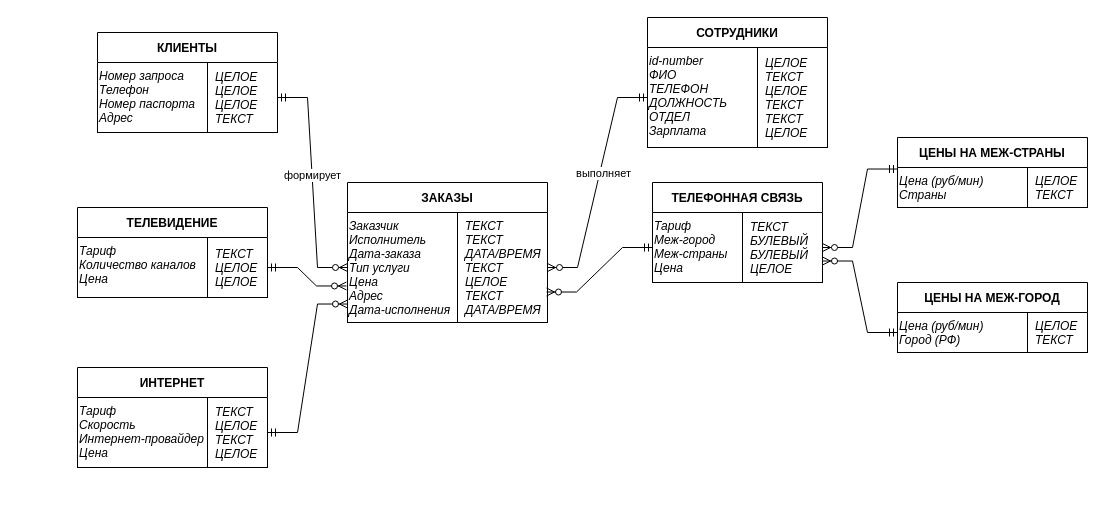
Before: ER-диаграмма.drawio in HappyARL/DB_2023_project, a draw.io diagram. Source tidied: cells renumbered, new cells numbered last; positions are measured from the earlier drawing's top-left corner, leaving out a move shared by most shapes. Both pictures are drawn from the tidied source at 100%, with x=0, y=0 at pixel (77, 17).
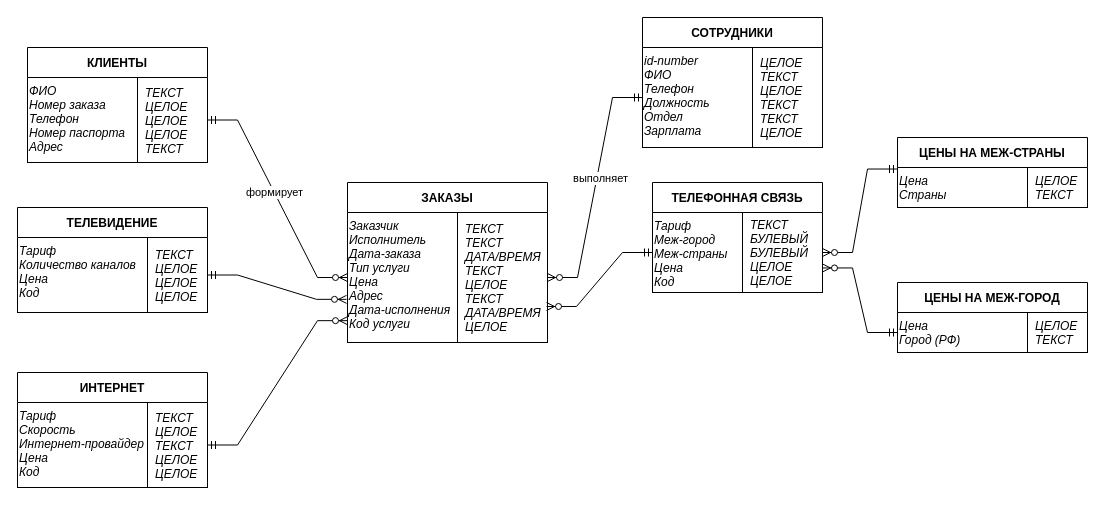
The same diagram, later.

The change refers to these unchanged cells:
```xml
<mxCell id="11" style="shape=partialRectangle;fillColor=none;points=[[0,0.5],[1,0.5]];portConstraint=eastwest;top=0;left=0;right=0;bottom=1;" parent="10" vertex="1">
  <mxGeometry y="30" width="180" height="100" as="geometry" />
</mxCell>
<mxCell id="27" style="shape=partialRectangle;fillColor=none;points=[[0,0.5],[1,0.5]];portConstraint=eastwest;top=0;left=0;right=0;bottom=1;" parent="26" vertex="1">
  <mxGeometry y="30" width="190" height="40" as="geometry" />
</mxCell>
<mxCell id="31" style="shape=partialRectangle;fillColor=none;points=[[0,0.5],[1,0.5]];portConstraint=eastwest;top=0;left=0;right=0;bottom=1;" parent="30" vertex="1">
  <mxGeometry y="30" width="190" height="40" as="geometry" />
</mxCell>
```

What changed in the source:
```diff
@@
     <mxCell id="2" value="КЛИЕНТЫ" style="shape=table;startSize=30;childLayout=tableLayout;rowLines=0;fontStyle=1;align=center;swimlaneLine=1;rounded=0;shadow=0;" parent="1" vertex="1">
-      <mxGeometry x="20" y="15" width="180" height="100" as="geometry" />
+      <mxGeometry x="-50" y="30" width="180" height="115" as="geometry" />
     </mxCell>
     <mxCell id="3" style="shape=partialRectangle;fillColor=none;points=[[0,0.5],[1,0.5]];portConstraint=eastwest;top=0;left=0;right=0;bottom=1;" parent="2" vertex="1">
-      <mxGeometry y="30" width="180" height="70" as="geometry" />
+      <mxGeometry y="30" width="180" height="85" as="geometry" />
     </mxCell>
-    <mxCell id="4" value="Номер запроса&#10;Телефон&#10;Номер паспорта&#10;Адрес&#10;&#10;" style="shape=partialRectangle;overflow=hidden;fillColor=none;top=0;left=0;bottom=0;right=0;fontStyle=2;align=left;verticalAlign=top;" parent="3" vertex="1">
-      <mxGeometry width="110" height="70" as="geometry" />
+    <mxCell id="4" value="ФИО&#10;Номер заказа&#10;Телефон&#10;Номер паспорта&#10;Адрес&#10;&#10;" style="shape=partialRectangle;overflow=hidden;fillColor=none;top=0;left=0;bottom=0;right=0;fontStyle=2;align=left;verticalAlign=top;" parent="3" vertex="1">
+      <mxGeometry width="110" height="85" as="geometry" />
     </mxCell>
-    <mxCell id="5" value="ЦЕЛОЕ&#10;ЦЕЛОЕ&#10;ЦЕЛОЕ&#10;ТЕКСТ" style="shape=partialRectangle;overflow=hidden;fillColor=none;top=0;left=0;bottom=0;right=0;align=left;spacingLeft=6;fontStyle=2;" parent="3" vertex="1">
-      <mxGeometry x="110" width="70" height="70" as="geometry" />
+    <mxCell id="5" value="ТЕКСТ&#10;ЦЕЛОЕ&#10;ЦЕЛОЕ&#10;ЦЕЛОЕ&#10;ТЕКСТ" style="shape=partialRectangle;overflow=hidden;fillColor=none;top=0;left=0;bottom=0;right=0;align=left;spacingLeft=6;fontStyle=2;" parent="3" vertex="1">
+      <mxGeometry x="110" width="70" height="85" as="geometry" />
     </mxCell>
     <mxCell id="6" value="ИНТЕРНЕТ" style="shape=table;startSize=30;childLayout=tableLayout;rowLines=0;fontStyle=1;align=center;swimlaneLine=1;rounded=0;shadow=0;" parent="1" vertex="1">
-      <mxGeometry y="350" width="190" height="100" as="geometry" />
+      <mxGeometry x="-60" y="355" width="190" height="115" as="geometry" />
     </mxCell>
     <mxCell id="7" style="shape=partialRectangle;fillColor=none;points=[[0,0.5],[1,0.5]];portConstraint=eastwest;top=0;left=0;right=0;bottom=1;" parent="6" vertex="1">
-      <mxGeometry y="30" width="190" height="70" as="geometry" />
+      <mxGeometry y="30" width="190" height="85" as="geometry" />
     </mxCell>
-    <mxCell id="8" value="Тариф&#10;Скорость&#10;Интернет-провайдер&#10;Цена" style="shape=partialRectangle;overflow=hidden;fillColor=none;top=0;left=0;bottom=0;right=0;fontStyle=2;align=left;verticalAlign=top;" parent="7" vertex="1">
-      <mxGeometry width="130" height="70" as="geometry" />
+    <mxCell id="8" value="Тариф&#10;Скорость&#10;Интернет-провайдер&#10;Цена&#10;Код" style="shape=partialRectangle;overflow=hidden;fillColor=none;top=0;left=0;bottom=0;right=0;fontStyle=2;align=left;verticalAlign=top;" parent="7" vertex="1">
+      <mxGeometry width="130" height="85" as="geometry" />
     </mxCell>
-    <mxCell id="9" value="ТЕКСТ&#10;ЦЕЛОЕ&#10;ТЕКСТ&#10;ЦЕЛОЕ" style="shape=partialRectangle;overflow=hidden;fillColor=none;top=0;left=0;bottom=0;right=0;align=left;spacingLeft=6;fontStyle=2;" parent="7" vertex="1">
-      <mxGeometry x="130" width="60" height="70" as="geometry" />
+    <mxCell id="9" value="ТЕКСТ&#10;ЦЕЛОЕ&#10;ТЕКСТ&#10;ЦЕЛОЕ&#10;ЦЕЛОЕ" style="shape=partialRectangle;overflow=hidden;fillColor=none;top=0;left=0;bottom=0;right=0;align=left;spacingLeft=6;fontStyle=2;" parent="7" vertex="1">
+      <mxGeometry x="130" width="60" height="85" as="geometry" />
     </mxCell>
     <mxCell id="10" value="СОТРУДНИКИ" style="shape=table;startSize=30;childLayout=tableLayout;rowLines=0;fontStyle=1;align=center;swimlaneLine=1;rounded=0;shadow=0;" parent="1" vertex="1">
-      <mxGeometry x="570" width="180" height="130" as="geometry" />
+      <mxGeometry x="565" width="180" height="130" as="geometry" />
     </mxCell>
@@
-    <mxCell id="12" value="id-number&#10;ФИО&#10;ТЕЛЕФОН&#10;ДОЛЖНОСТЬ&#10;ОТДЕЛ&#10;Зарплата" style="shape=partialRectangle;overflow=hidden;fillColor=none;top=0;left=0;bottom=0;right=0;fontStyle=2;align=left;verticalAlign=top;" parent="11" vertex="1">
+    <mxCell id="12" value="id-number&#10;ФИО&#10;Телефон&#10;Должность&#10;Отдел&#10;Зарплата" style="shape=partialRectangle;overflow=hidden;fillColor=none;top=0;left=0;bottom=0;right=0;fontStyle=2;align=left;verticalAlign=top;" parent="11" vertex="1">
       <mxGeometry width="110" height="100" as="geometry" />
     </mxCell>
@@
     <mxCell id="14" value="ЗАКАЗЫ" style="shape=table;startSize=30;childLayout=tableLayout;rowLines=0;fontStyle=1;align=center;swimlaneLine=1;rounded=0;shadow=0;" parent="1" vertex="1">
-      <mxGeometry x="270" y="165" width="200" height="140" as="geometry" />
+      <mxGeometry x="270" y="165" width="200" height="160" as="geometry" />
     </mxCell>
     <mxCell id="15" style="shape=partialRectangle;fillColor=none;points=[[0,0.5],[1,0.5]];portConstraint=eastwest;top=0;left=0;right=0;bottom=1;" parent="14" vertex="1">
-      <mxGeometry y="30" width="200" height="110" as="geometry" />
+      <mxGeometry y="30" width="200" height="130" as="geometry" />
     </mxCell>
-    <mxCell id="16" value="Заказчик&#10;Исполнитель&#10;Дата-заказа&#10;Тип услуги&#10;Цена&#10;Адрес&#10;Дата-исполнения" style="shape=partialRectangle;overflow=hidden;fillColor=none;top=0;left=0;bottom=0;right=0;fontStyle=2;align=left;verticalAlign=top;" parent="15" vertex="1">
-      <mxGeometry width="110" height="110" as="geometry" />
+    <mxCell id="16" value="Заказчик&#10;Исполнитель&#10;Дата-заказа&#10;Тип услуги&#10;Цена&#10;Адрес&#10;Дата-исполнения&#10;Код услуги" style="shape=partialRectangle;overflow=hidden;fillColor=none;top=0;left=0;bottom=0;right=0;fontStyle=2;align=left;verticalAlign=top;" parent="15" vertex="1">
+      <mxGeometry width="110" height="130" as="geometry" />
     </mxCell>
-    <mxCell id="17" value="ТЕКСТ&#10;ТЕКСТ&#10;ДАТА/ВРЕМЯ&#10;ТЕКСТ&#10;ЦЕЛОЕ&#10;ТЕКСТ&#10;ДАТА/ВРЕМЯ" style="shape=partialRectangle;overflow=hidden;fillColor=none;top=0;left=0;bottom=0;right=0;align=left;spacingLeft=6;fontStyle=2;" parent="15" vertex="1">
-      <mxGeometry x="110" width="90" height="110" as="geometry" />
+    <mxCell id="17" value="ТЕКСТ&#10;ТЕКСТ&#10;ДАТА/ВРЕМЯ&#10;ТЕКСТ&#10;ЦЕЛОЕ&#10;ТЕКСТ&#10;ДАТА/ВРЕМЯ&#10;ЦЕЛОЕ" style="shape=partialRectangle;overflow=hidden;fillColor=none;top=0;left=0;bottom=0;right=0;align=left;spacingLeft=6;fontStyle=2;" parent="15" vertex="1">
+      <mxGeometry x="110" width="90" height="130" as="geometry" />
     </mxCell>
     <mxCell id="18" value="ТЕЛЕВИДЕНИЕ" style="shape=table;startSize=30;childLayout=tableLayout;rowLines=0;fontStyle=1;align=center;swimlaneLine=1;rounded=0;shadow=0;" parent="1" vertex="1">
-      <mxGeometry y="190" width="190" height="90" as="geometry" />
+      <mxGeometry x="-60" y="190" width="190" height="105" as="geometry" />
     </mxCell>
     <mxCell id="19" style="shape=partialRectangle;fillColor=none;points=[[0,0.5],[1,0.5]];portConstraint=eastwest;top=0;left=0;right=0;bottom=1;" parent="18" vertex="1">
-      <mxGeometry y="30" width="190" height="60" as="geometry" />
+      <mxGeometry y="30" width="190" height="75" as="geometry" />
     </mxCell>
-    <mxCell id="20" value="Тариф&#10;Количество каналов&#10;Цена" style="shape=partialRectangle;overflow=hidden;fillColor=none;top=0;left=0;bottom=0;right=0;fontStyle=2;align=left;verticalAlign=top;" parent="19" vertex="1">
-      <mxGeometry width="130" height="60" as="geometry" />
+    <mxCell id="20" value="Тариф&#10;Количество каналов&#10;Цена&#10;Код" style="shape=partialRectangle;overflow=hidden;fillColor=none;top=0;left=0;bottom=0;right=0;fontStyle=2;align=left;verticalAlign=top;" parent="19" vertex="1">
+      <mxGeometry width="130" height="75" as="geometry" />
     </mxCell>
-    <mxCell id="21" value="ТЕКСТ&#10;ЦЕЛОЕ&#10;ЦЕЛОЕ" style="shape=partialRectangle;overflow=hidden;fillColor=none;top=0;left=0;bottom=0;right=0;align=left;spacingLeft=6;fontStyle=2;" parent="19" vertex="1">
-      <mxGeometry x="130" width="60" height="60" as="geometry" />
+    <mxCell id="21" value="ТЕКСТ&#10;ЦЕЛОЕ&#10;ЦЕЛОЕ&#10;ЦЕЛОЕ" style="shape=partialRectangle;overflow=hidden;fillColor=none;top=0;left=0;bottom=0;right=0;align=left;spacingLeft=6;fontStyle=2;" parent="19" vertex="1">
+      <mxGeometry x="130" width="60" height="75" as="geometry" />
     </mxCell>
     <mxCell id="22" value="ТЕЛЕФОННАЯ СВЯЗЬ" style="shape=table;startSize=30;childLayout=tableLayout;rowLines=0;fontStyle=1;align=center;swimlaneLine=1;rounded=0;shadow=0;" parent="1" vertex="1">
-      <mxGeometry x="575" y="165" width="170" height="100" as="geometry" />
+      <mxGeometry x="575" y="165" width="170" height="110" as="geometry" />
     </mxCell>
     <mxCell id="23" style="shape=partialRectangle;fillColor=none;points=[[0,0.5],[1,0.5]];portConstraint=eastwest;top=0;left=0;right=0;bottom=1;" parent="22" vertex="1">
-      <mxGeometry y="30" width="170" height="70" as="geometry" />
+      <mxGeometry y="30" width="170" height="80" as="geometry" />
     </mxCell>
-    <mxCell id="24" value="Тариф&#10;Меж-город&#10;Меж-страны&#10;Цена" style="shape=partialRectangle;overflow=hidden;fillColor=none;top=0;left=0;bottom=0;right=0;fontStyle=2;align=left;verticalAlign=top;" parent="23" vertex="1">
-      <mxGeometry width="90" height="70" as="geometry" />
+    <mxCell id="24" value="Тариф&#10;Меж-город&#10;Меж-страны&#10;Цена&#10;Код" style="shape=partialRectangle;overflow=hidden;fillColor=none;top=0;left=0;bottom=0;right=0;fontStyle=2;align=left;verticalAlign=top;" parent="23" vertex="1">
+      <mxGeometry width="90" height="80" as="geometry" />
     </mxCell>
-    <mxCell id="25" value="ТЕКСТ&#10;БУЛЕВЫЙ&#10;БУЛЕВЫЙ&#10;ЦЕЛОЕ" style="shape=partialRectangle;overflow=hidden;fillColor=none;top=0;left=0;bottom=0;right=0;align=left;spacingLeft=6;fontStyle=2;" parent="23" vertex="1">
-      <mxGeometry x="90" width="80" height="70" as="geometry" />
+    <mxCell id="25" value="ТЕКСТ&#10;БУЛЕВЫЙ&#10;БУЛЕВЫЙ&#10;ЦЕЛОЕ&#10;ЦЕЛОЕ" style="shape=partialRectangle;overflow=hidden;fillColor=none;top=0;left=0;bottom=0;right=0;align=left;spacingLeft=6;fontStyle=2;" parent="23" vertex="1">
+      <mxGeometry x="90" width="80" height="80" as="geometry" />
     </mxCell>
@@
-    <mxCell id="28" value="Цена (руб/мин)&#10;Город (РФ)" style="shape=partialRectangle;overflow=hidden;fillColor=none;top=0;left=0;bottom=0;right=0;fontStyle=2;align=left;verticalAlign=top;" parent="27" vertex="1">
+    <mxCell id="28" value="Цена&#10;Город (РФ)" style="shape=partialRectangle;overflow=hidden;fillColor=none;top=0;left=0;bottom=0;right=0;fontStyle=2;align=left;verticalAlign=top;" parent="27" vertex="1">
       <mxGeometry width="130" height="40" as="geometry" />
     </mxCell>
@@
-    <mxCell id="32" value="Цена (руб/мин)&#10;Страны" style="shape=partialRectangle;overflow=hidden;fillColor=none;top=0;left=0;bottom=0;right=0;fontStyle=2;align=left;verticalAlign=top;" parent="31" vertex="1">
+    <mxCell id="32" value="Цена&#10;Страны" style="shape=partialRectangle;overflow=hidden;fillColor=none;top=0;left=0;bottom=0;right=0;fontStyle=2;align=left;verticalAlign=top;" parent="31" vertex="1">
       <mxGeometry width="130" height="40" as="geometry" />
     </mxCell>
```
